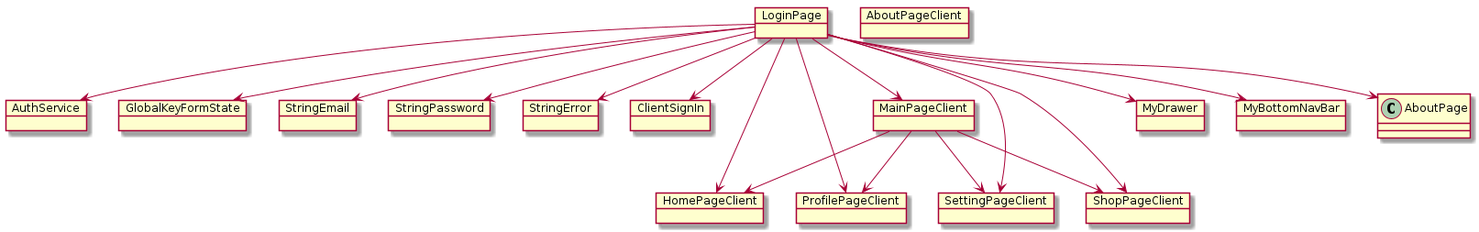
YehonatanFr/BarrelSnap keeps this PlantUML diagram as UMLdiagram/BarrelSnap_ObjectDiagram.png. Above is the earlier version.
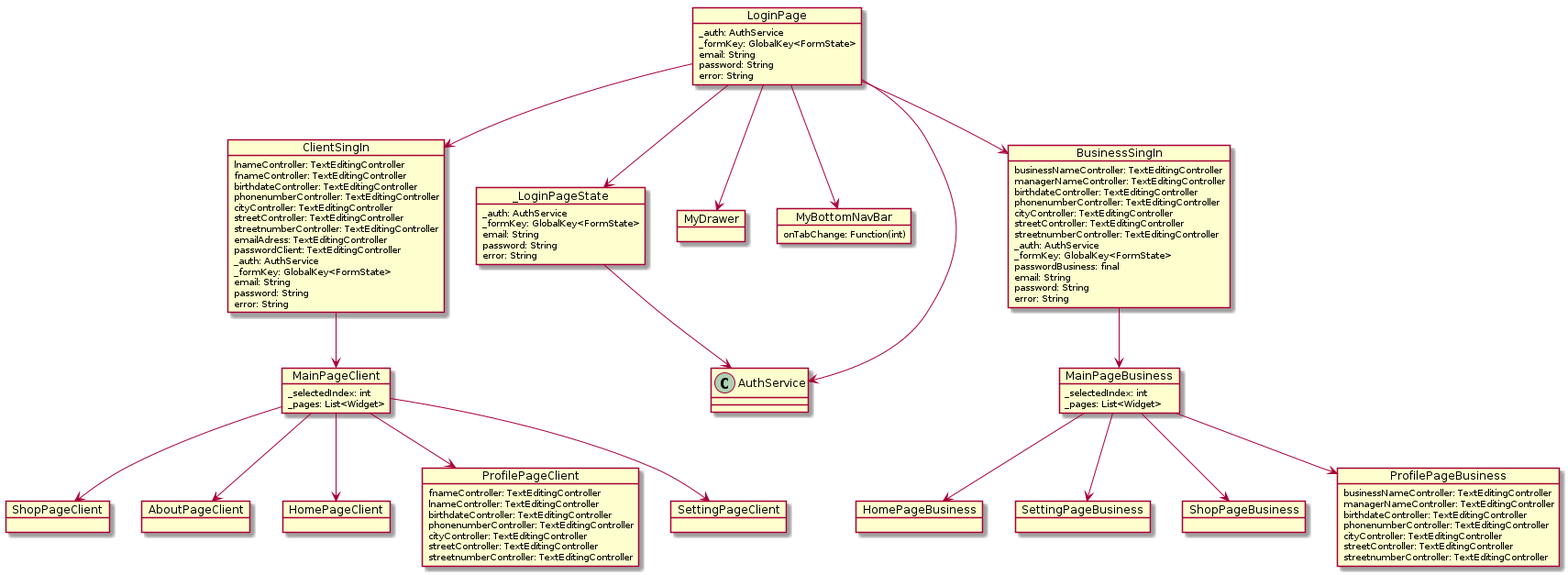
Above is the later version.

Change to the diagram source:
```diff
@@ -1,51 +1,129 @@
 @startuml BarrelSnap_ObjectDiagram
 
-object LoginPage
-object AuthService
-object GlobalKeyFormState
-object StringEmail
-object StringPassword
-object StringError
+object LoginPage {
+  _auth: AuthService
+  _formKey: GlobalKey<FormState>
+  email: String
+  password: String
+  error: String
+}
 
+object _LoginPageState {
+  _auth: AuthService
+  _formKey: GlobalKey<FormState>
+  email: String
+  password: String
+  error: String
+}
 
-object AboutPageClient
+object AboutPageClient {
+}
 
-object ClientSignIn
+object ClientSingIn {
+  lnameController: TextEditingController
+  fnameController: TextEditingController
+  birthdateController: TextEditingController
+  phonenumberController: TextEditingController
+  cityController: TextEditingController
+  streetController: TextEditingController
+  streetnumberController: TextEditingController
+  emailAdress: TextEditingController
+  passwordClient: TextEditingController
+  _auth: AuthService
+  _formKey: GlobalKey<FormState>
+  email: String
+  password: String
+  error: String
+}
 
-object HomePageClient
+object HomePageClient {
+}
 
-object MainPageClient
+object MainPageClient {
+  _selectedIndex: int
+  _pages: List<Widget>
+}
 
-object MyDrawer
+object MyDrawer {
+}
 
-object MyBottomNavBar
+object MyBottomNavBar {
+  onTabChange: Function(int)
+}
 
-object ProfilePageClient
+object ProfilePageClient {
+  fnameController: TextEditingController
+  lnameController: TextEditingController
+  birthdateController: TextEditingController
+  phonenumberController: TextEditingController
+  cityController: TextEditingController
+  streetController: TextEditingController
+  streetnumberController: TextEditingController
+}
 
-object SettingPageClient
+object SettingPageClient {
+}
 
-object ShopPageClient
+object ShopPageClient {
+}
 
+object BusinessSingIn {
+  businessNameController: TextEditingController
+  managerNameController: TextEditingController
+  birthdateController: TextEditingController
+  phonenumberController: TextEditingController
+  cityController: TextEditingController
+  streetController: TextEditingController
+  streetnumberController: TextEditingController
+  _auth: AuthService
+  _formKey: GlobalKey<FormState>
+  passwordBusiness: final
+  email: String
+  password: String
+  error: String
+}
+
+object ProfilePageBusiness {
+  businessNameController: TextEditingController
+  managerNameController: TextEditingController
+  birthdateController: TextEditingController
+  phonenumberController: TextEditingController
+  cityController: TextEditingController
+  streetController: TextEditingController
+  streetnumberController: TextEditingController
+}
+
+object HomePageBusiness {
+}
+
+object SettingPageBusiness {
+}
+
+object ShopPageBusiness {
+}
+
+object MainPageBusiness {
+  _selectedIndex: int
+  _pages: List<Widget>
+}
+
+LoginPage --> _LoginPageState
 LoginPage --> AuthService
-LoginPage --> GlobalKeyFormState
-LoginPage --> StringEmail
-LoginPage --> StringPassword
-LoginPage --> StringError
-
-LoginPage --> AboutPage
-
-LoginPage --> ClientSignIn
-LoginPage --> HomePageClient
-LoginPage --> MainPageClient
+_LoginPageState --> AuthService
+LoginPage --> ClientSingIn
+LoginPage --> BusinessSingIn
 LoginPage --> MyDrawer
 LoginPage --> MyBottomNavBar
-LoginPage --> ProfilePageClient
-LoginPage --> SettingPageClient
-LoginPage --> ShopPageClient
-
+ClientSingIn --> MainPageClient
+BusinessSingIn --> MainPageBusiness
 MainPageClient --> HomePageClient
 MainPageClient --> ShopPageClient
 MainPageClient --> ProfilePageClient
 MainPageClient --> SettingPageClient
+MainPageClient --> AboutPageClient
+MainPageBusiness --> HomePageBusiness
+MainPageBusiness --> ShopPageBusiness
+MainPageBusiness --> ProfilePageBusiness
+MainPageBusiness --> SettingPageBusiness
 
 @enduml
```
